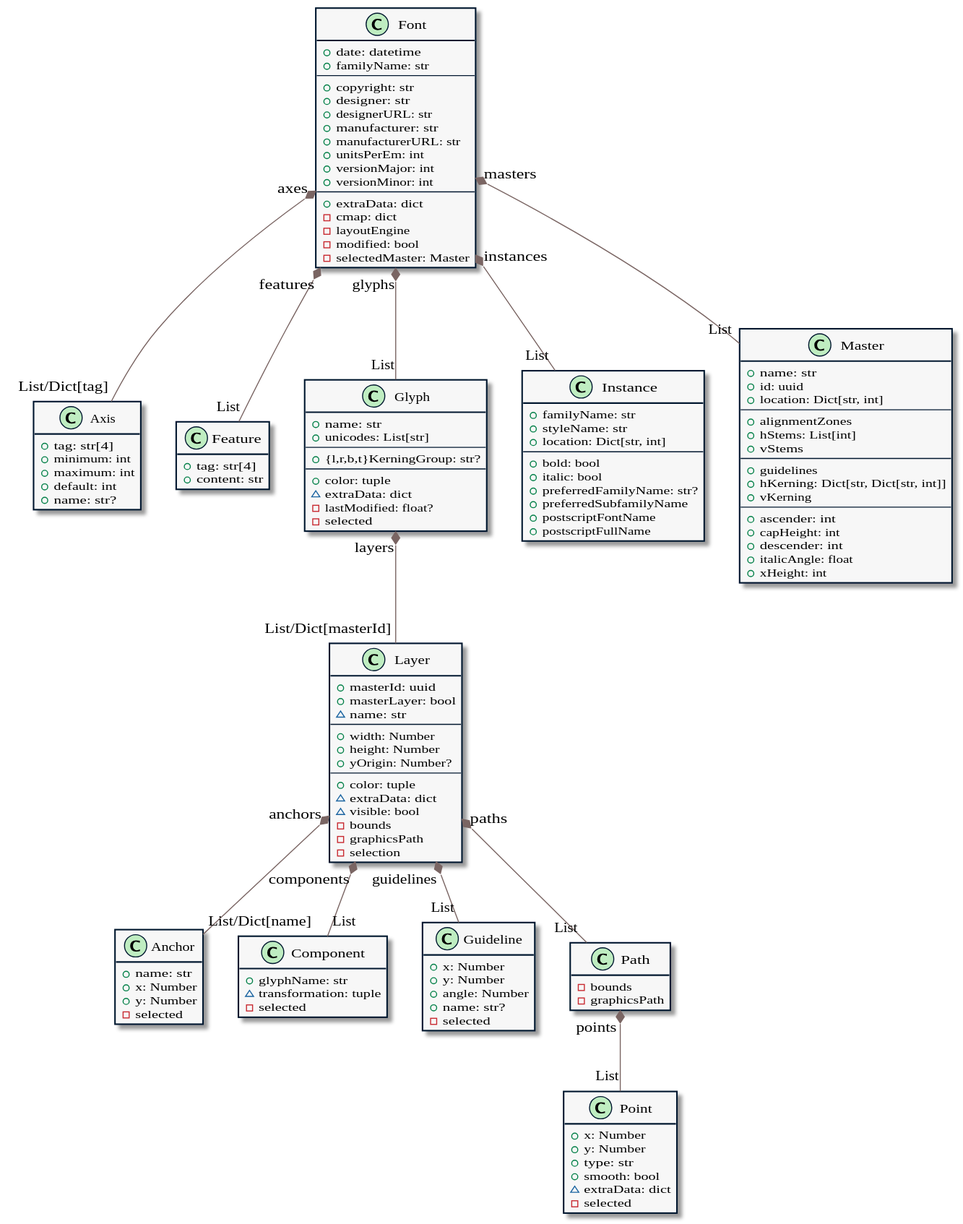
Before: doc/tree.svg, a diagram exported from PlantUML (trufont/tfont). Its diagram source:
```plantuml
@startuml

skinparam defaultFontName Verdana
skinparam circledCharacterFontName "Lucida Console"
skinparam stereotypeCBackgroundColor #BFEDC1
skinparam class {
  ArrowColor #7A6563
  BackgroundColor #F7F7F7
  BorderColor #01172F
}

class Anchor {
  + name: str
  + x: Number
  + y: Number
  - selected
}

class Axis {
  + tag: str[4]
  + minimum: int
  + maximum: int
  + default: int
  + name: str?
}

class Component {
  + glyphName: str
  ~ transformation: tuple
  - selected
}

class Feature {
  + tag: str[4]
  + content: str
}

class Font {
  + date: datetime
  + familyName: str
  ---
  + copyright: str
  + designer: str
  + designerURL: str
  + manufacturer: str
  + manufacturerURL: str
  + unitsPerEm: int
  + versionMajor: int
  + versionMinor: int
  ---
  + extraData: dict
  - cmap: dict
  - layoutEngine
  - modified: bool
  - selectedMaster: Master
}

class Glyph {
  + name: str
  + unicodes: List[str]
  ---
  + {l,r,b,t}KerningGroup: str?
  ---
  + color: tuple
  ~ extraData: dict
  - lastModified: float?
  - selected
}

class Guideline {
  + x: Number
  + y: Number
  + angle: Number
  + name: str?
  - selected
}

class Instance {
  + familyName: str
  + styleName: str
  + location: Dict[str, int]
  ---
  + bold: bool
  + italic: bool
  + preferredFamilyName: str?
  + preferredSubfamilyName
  + postscriptFontName
  + postscriptFullName
}

class Layer {
  + masterId: uuid
  + masterLayer: bool
  ~ name: str
  ---
  + width: Number
  + height: Number
  + yOrigin: Number?
  ---
  + color: tuple
  ~ extraData: dict
  ~ visible: bool
  - bounds
  - graphicsPath
  - selection
}

class Master {
  + name: str
  + id: uuid
  + location: Dict[str, int]
  ---
  + alignmentZones
  + hStems: List[int]
  + vStems
  ---
  + guidelines
  + hKerning: Dict[str, Dict[str, int]]
  + vKerning
  ---
  + ascender: int
  + capHeight: int
  + descender: int
  + italicAngle: float
  + xHeight: int
}

class Path {
  - bounds
  - graphicsPath
}

class Point {
  + x: Number
  + y: Number
  + type: str
  + smooth: bool
  ~ extraData: dict
  - selected
}

Font "axes" *-- "List/Dict[tag]" Axis
Font "features" *-- "List" Feature
Font "glyphs" *-- "List" Glyph
Font "instances" *-- "List" Instance
Font "masters" *-- "List" Master
Glyph "layers" *-- "List/Dict[masterId]" Layer
Layer "anchors" *-- "List/Dict[name]" Anchor
Layer "components" *-- "List" Component
Layer "guidelines" *-- "List" Guideline
Layer "paths" *-- "List" Path
Path "points" *-- "List" Point

hide empty members
hide empty methods

@enduml
```
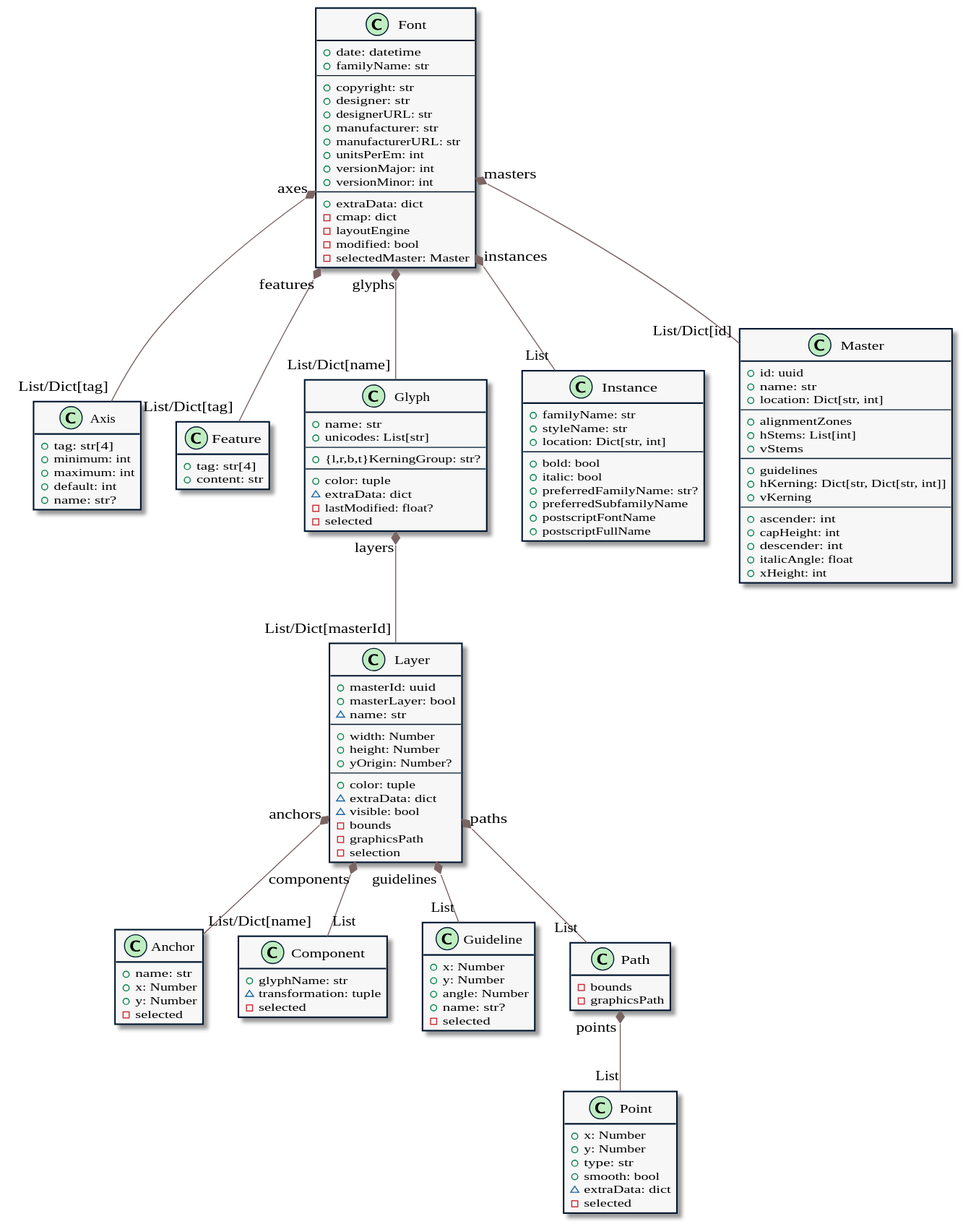
Later version of the same file.

Diff of the diagram source:
```diff
@@ -106,8 +106,8 @@
 }
 
 class Master {
+  + id: uuid
   + name: str
-  + id: uuid
   + location: Dict[str, int]
   ---
   + alignmentZones
@@ -140,10 +140,10 @@
 }
 
 Font "axes" *-- "List/Dict[tag]" Axis
-Font "features" *-- "List" Feature
-Font "glyphs" *-- "List" Glyph
+Font "features" *-- "List/Dict[tag]" Feature
+Font "glyphs" *-- "List/Dict[name]" Glyph
 Font "instances" *-- "List" Instance
-Font "masters" *-- "List" Master
+Font "masters" *-- "List/Dict[id]" Master
 Glyph "layers" *-- "List/Dict[masterId]" Layer
 Layer "anchors" *-- "List/Dict[name]" Anchor
 Layer "components" *-- "List" Component
```
